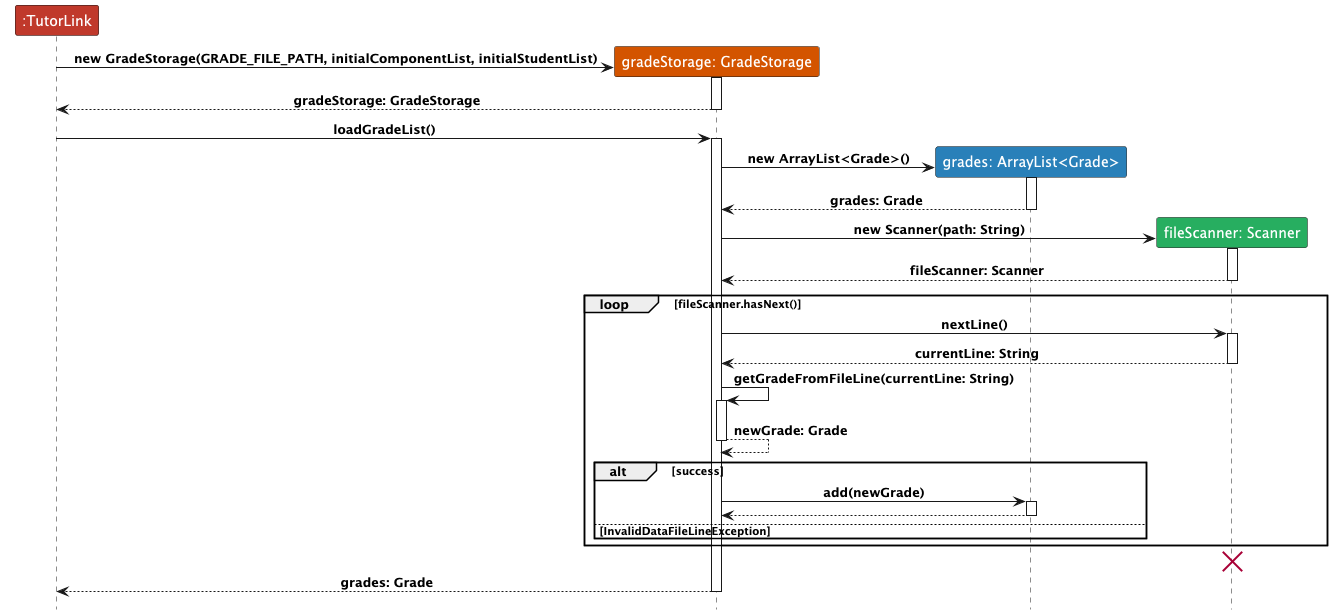
This is docs/diagrams/GradeStorage.png from yeekian/tp, a PlantUML export, as it was before one commit.
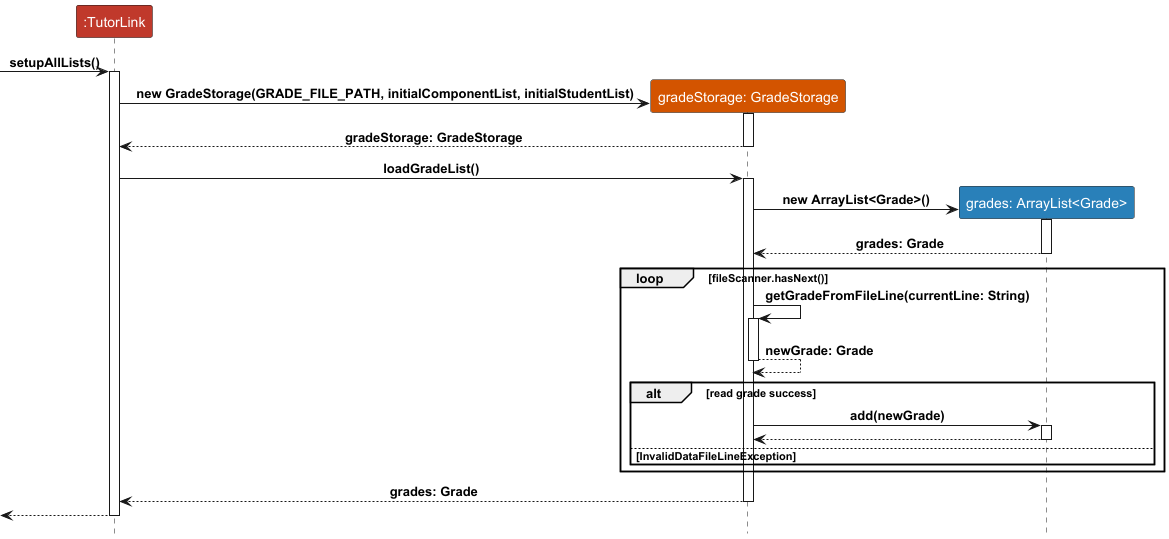
Above is the later version.

Change to the diagram source:
```diff
@@ -4,8 +4,8 @@
 participant ":TutorLink" as TL LOGIC_COLOR_5
 participant "gradeStorage: GradeStorage" as GS LOGIC_COLOR_4
 participant "grades: ArrayList<Grade>" as AL LOGIC_COLOR_6
-participant "fileScanner: Scanner" as FS LOGIC_COLOR_7
-
+[->TL : setupAllLists()
+activate TL
 create GS
 TL -> GS: new GradeStorage(GRADE_FILE_PATH, initialComponentList, initialStudentList)
 activate GS
@@ -21,23 +21,15 @@
 GS <-- AL: grades: Grade
 deactivate AL
 
-create FS
-GS -> FS: new Scanner(path: String)
-activate FS
-GS <-- FS: fileScanner: Scanner
-deactivate FS
+
 
 loop fileScanner.hasNext()
-    GS -> FS: nextLine()
-    activate FS
-    GS <-- FS: currentLine: String
-    deactivate FS
     GS -> GS: getGradeFromFileLine(currentLine: String)
     activate GS
     GS --> GS: newGrade: Grade
     deactivate GS
 
-    alt success
+    alt read grade success
         GS -> AL: add(newGrade)
         activate AL
         GS <-- AL
@@ -47,9 +39,10 @@
 
 end
 
-destroy FS
 
 TL <-- GS: grades: Grade
 deactivate GS
+[<--TL
+deactivate TL
 
 @enduml
```
